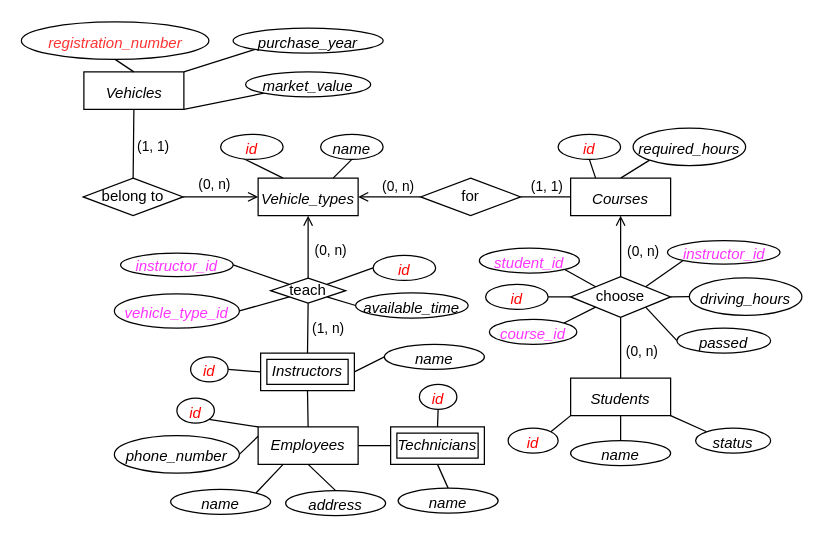
Above: page "Page-1" (1 of 2) of 未命名绘图.drawio in Jiangyan-WANG/study_brhm (draw.io), before the change. Source tidied: cells renumbered, new cells numbered last; positions are measured from the earlier drawing's top-left corner, leaving out a move shared by most shapes. Both pictures are drawn from the tidied source at 125%, with x=0, y=0 at pixel (21, 21).
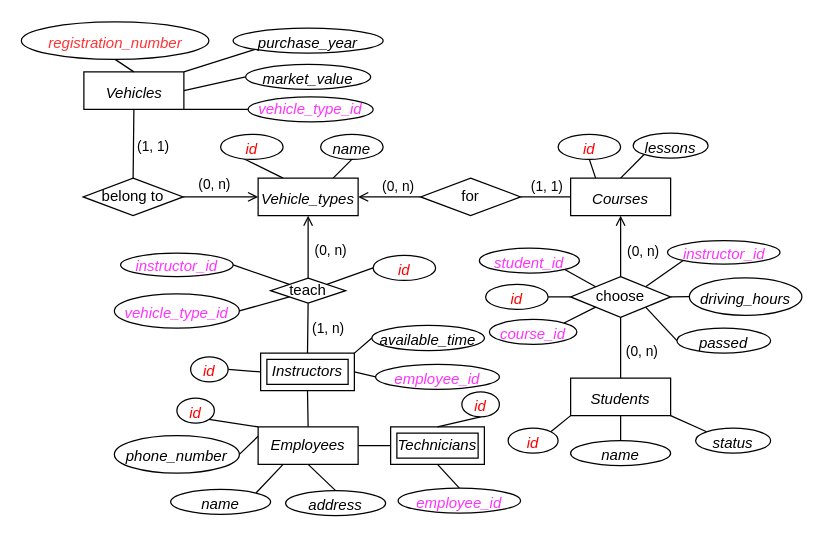
The same diagram, later.

Commit message:
更新未命名绘图.drawio

Unchanged cells that the change refers to:
```xml
<mxCell id="6" value="Vehicles&lt;span style=&quot;font-size: medium; text-align: start;&quot;&gt;&lt;/span&gt;" style="rounded=0;whiteSpace=wrap;html=1;fontStyle=2;" parent="1" vertex="1">
  <mxGeometry x="49.6" y="40" width="80" height="30" as="geometry" />
</mxCell>
<mxCell id="42" value="teach" style="rhombus;whiteSpace=wrap;html=1;" parent="1" vertex="1">
  <mxGeometry x="199" y="205" width="60" height="20" as="geometry" />
</mxCell>
<mxCell id="77" value="&lt;font color=&quot;#000000&quot;&gt;&lt;i&gt;Instructors&lt;/i&gt;&lt;/font&gt;" style="shape=ext;margin=3;double=1;whiteSpace=wrap;html=1;align=center;shadow=0;sketch=0;strokeColor=default;fontColor=#FF33FF;" parent="1" vertex="1">
  <mxGeometry x="191" y="265" width="75" height="30" as="geometry" />
</mxCell>
```

The edit, as a diff of the source:
```diff
@@
-    <mxCell id="3" style="edgeStyle=none;rounded=0;jettySize=auto;html=1;exitX=1;exitY=1;exitDx=0;exitDy=0;endArrow=none;endFill=0;entryX=0;entryY=1;entryDx=0;entryDy=0;" parent="1" edge="1" source="6" target="15">
+    <mxCell id="3" style="edgeStyle=none;rounded=0;jettySize=auto;html=1;exitX=1;exitY=0.5;exitDx=0;exitDy=0;endArrow=none;endFill=0;entryX=0;entryY=0.5;entryDx=0;entryDy=0;" parent="1" edge="1" source="6" target="15">
       <mxGeometry relative="1" as="geometry" />
     </mxCell>
@@
+    <mxCell id="87" style="rounded=0;jettySize=auto;html=1;exitX=1;exitY=1;exitDx=0;exitDy=0;entryX=0;entryY=0.5;entryDx=0;entryDy=0;fontColor=#000000;endArrow=none;endFill=0;" parent="1" edge="1" source="6" target="88">
+      <mxGeometry relative="1" as="geometry" />
+    </mxCell>
@@
     <mxCell id="15" value="market_value&lt;span style=&quot;font-size: medium; text-align: start;&quot;&gt;&lt;/span&gt;" style="ellipse;whiteSpace=wrap;html=1;fontStyle=2;" parent="1" vertex="1">
-      <mxGeometry x="179" y="40" width="100" height="20" as="geometry" />
+      <mxGeometry x="179" y="34" width="100" height="20" as="geometry" />
     </mxCell>
@@
-    <mxCell id="41" style="edgeStyle=none;rounded=0;jettySize=auto;html=1;exitX=1;exitY=1;exitDx=0;exitDy=0;entryX=0;entryY=0.5;entryDx=0;entryDy=0;fontColor=#FF33FF;endArrow=none;endFill=0;" parent="1" edge="1" source="42" target="68">
+    <mxCell id="41" style="edgeStyle=none;rounded=0;jettySize=auto;html=1;exitX=1;exitY=0;exitDx=0;exitDy=0;entryX=0;entryY=0.5;entryDx=0;entryDy=0;fontColor=#FF33FF;endArrow=none;endFill=0;" parent="1" edge="1" source="77" target="68">
       <mxGeometry relative="1" as="geometry" />
     </mxCell>
@@
-    <mxCell id="47" value="required_hours&lt;span style=&quot;font-size: medium; text-align: start;&quot;&gt;&lt;/span&gt;" style="ellipse;whiteSpace=wrap;html=1;fontStyle=2;verticalAlign=middle;" parent="1" vertex="1">
-      <mxGeometry x="489" y="85" width="90" height="30" as="geometry" />
+    <mxCell id="47" value="lessons&lt;span style=&quot;font-size: medium; text-align: start;&quot;&gt;&lt;/span&gt;" style="ellipse;whiteSpace=wrap;html=1;fontStyle=2;verticalAlign=middle;" parent="1" vertex="1">
+      <mxGeometry x="489" y="89" width="60" height="20" as="geometry" />
     </mxCell>
@@
     <mxCell id="68" value="available_time&lt;span style=&quot;font-size: medium; text-align: start;&quot;&gt;&lt;/span&gt;" style="ellipse;whiteSpace=wrap;html=1;fontStyle=2;verticalAlign=middle;" parent="1" vertex="1">
-      <mxGeometry x="267" y="216.8" width="90" height="20.2" as="geometry" />
+      <mxGeometry x="280" y="242.8" width="90" height="20.2" as="geometry" />
     </mxCell>
@@
-    <mxCell id="82" value="name&lt;span style=&quot;font-size: medium; text-align: start;&quot;&gt;&lt;/span&gt;" style="ellipse;whiteSpace=wrap;html=1;fontStyle=2;verticalAlign=middle;" parent="1" vertex="1">
-      <mxGeometry x="290" y="258" width="80" height="20" as="geometry" />
+    <mxCell id="82" value="employee_id&lt;span style=&quot;font-size: medium; text-align: start;&quot;&gt;&lt;/span&gt;" style="ellipse;whiteSpace=wrap;html=1;fontStyle=2;verticalAlign=middle;strokeColor=#000000;fontColor=#FF33FF;" parent="1" vertex="1">
+      <mxGeometry x="283" y="274" width="99" height="20" as="geometry" />
     </mxCell>
@@
-    <mxCell id="84" value="name&lt;span style=&quot;font-size: medium; text-align: start;&quot;&gt;&lt;/span&gt;" style="ellipse;whiteSpace=wrap;html=1;fontStyle=2;verticalAlign=middle;" parent="1" vertex="1">
-      <mxGeometry x="301" y="373" width="80" height="20" as="geometry" />
+    <mxCell id="84" value="employee_id&lt;span style=&quot;font-size: medium; text-align: start;&quot;&gt;&lt;/span&gt;" style="ellipse;whiteSpace=wrap;html=1;fontStyle=2;verticalAlign=middle;fontColor=#FF33FF;" parent="1" vertex="1">
+      <mxGeometry x="301" y="373" width="98" height="20" as="geometry" />
     </mxCell>
@@
     <mxCell id="86" value="id&lt;span style=&quot;font-size: medium; text-align: start;&quot;&gt;&lt;/span&gt;" style="ellipse;whiteSpace=wrap;html=1;fontStyle=2;verticalAlign=middle;fontColor=#FF0000;" parent="1" vertex="1">
-      <mxGeometry x="318" y="290" width="30" height="20" as="geometry" />
+      <mxGeometry x="352" y="296" width="30" height="20" as="geometry" />
     </mxCell>
+    <mxCell id="88" value="vehicle_type_id" style="ellipse;whiteSpace=wrap;html=1;fontStyle=2;fontColor=#FF33FF;" parent="1" vertex="1">
+      <mxGeometry x="181" y="60" width="100" height="20" as="geometry" />
+    </mxCell>
```
